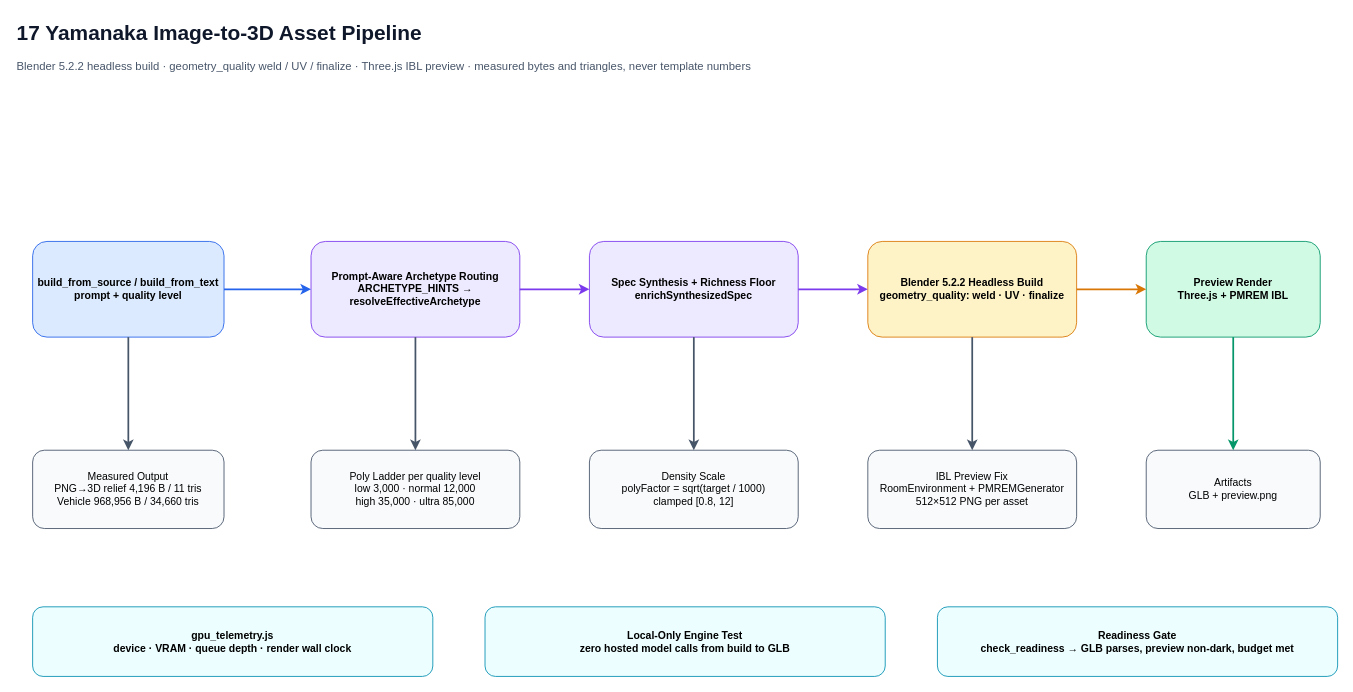
This is page "17 Yamanaka Image-to-3D Asset Pipeline" (17 of 18) of docs/diagrams/konoha-architecture.drawio from andycungkrinx91/konoha, a draw.io file, before an edit. Source tidied: cells renumbered, new cells numbered last; positions are measured from the earlier drawing's top-left corner, leaving out a move shared by most shapes. Both pictures are drawn from the tidied source at 87%, with x=0, y=0 at pixel (15, 15).
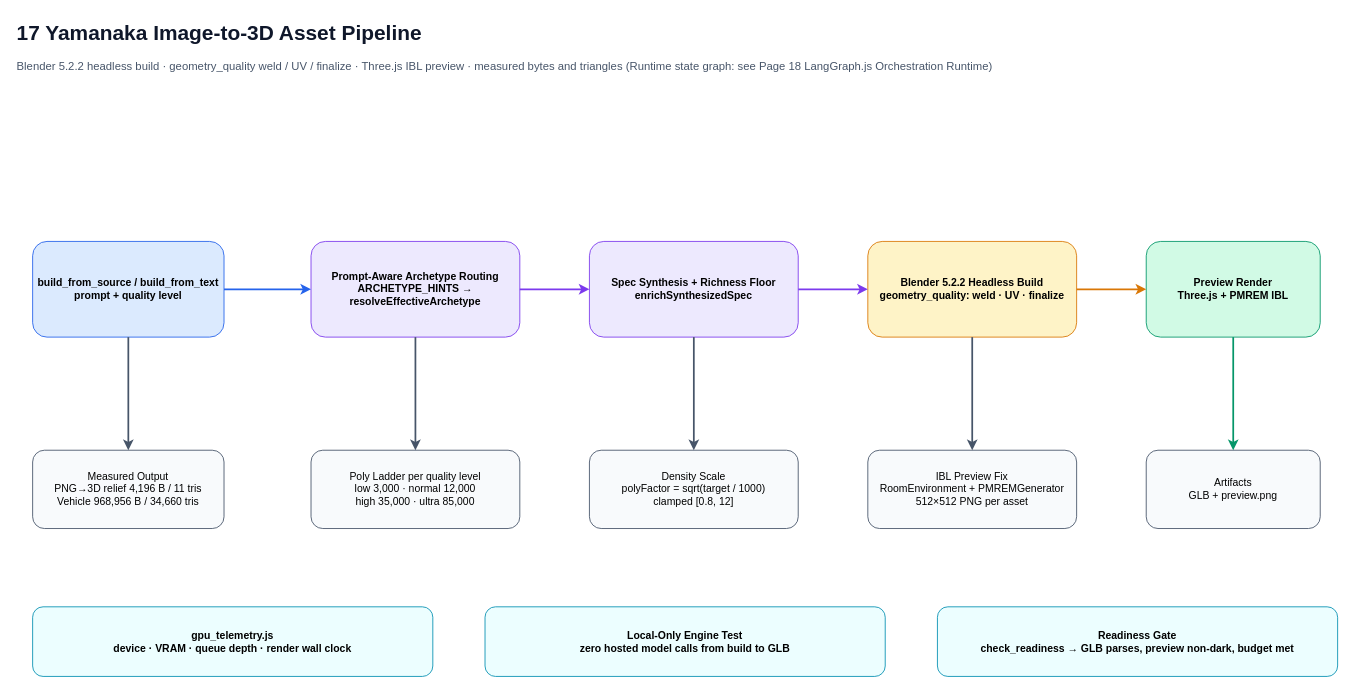
After the change.

The edit, as a diff of the source:
```diff
@@
-    <mxCell id="3" value="Blender 5.2.2 headless build · geometry_quality weld / UV / finalize · Three.js IBL preview · measured bytes and triangles, never template numbers" style="text;html=1;strokeColor=none;fillColor=none;fontColor=#475569;fontSize=13;fontStyle=0;align=left;" parent="1" vertex="1">
+    <mxCell id="3" value="Blender 5.2.2 headless build · geometry_quality weld / UV / finalize · Three.js IBL preview · measured bytes and triangles (Runtime state graph: see Page 18 LangGraph.js Orchestration Runtime)" style="text;html=1;strokeColor=none;fillColor=none;fontColor=#475569;fontSize=13;fontStyle=0;align=left;" parent="1" vertex="1">
       <mxGeometry y="44" width="1300" height="24" as="geometry" />
     </mxCell>
```
